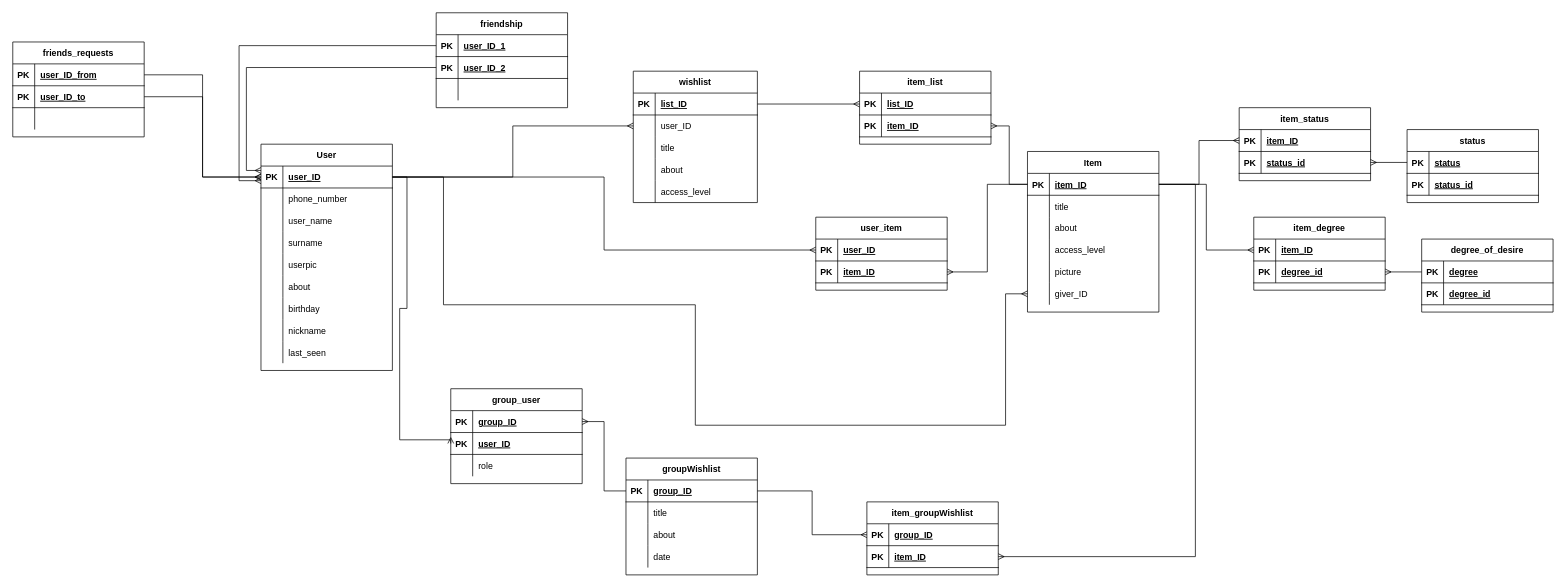
johuex/wishlist_rest keeps this draw.io diagram as ER_wishlist.drawio. Above is the earlier version. Source tidied: cells renumbered, new cells numbered last; positions are measured from the earlier drawing's top-left corner, leaving out a move shared by most shapes. Both pictures are drawn from the tidied source at 73%, with x=0, y=0 at pixel (12, 12).
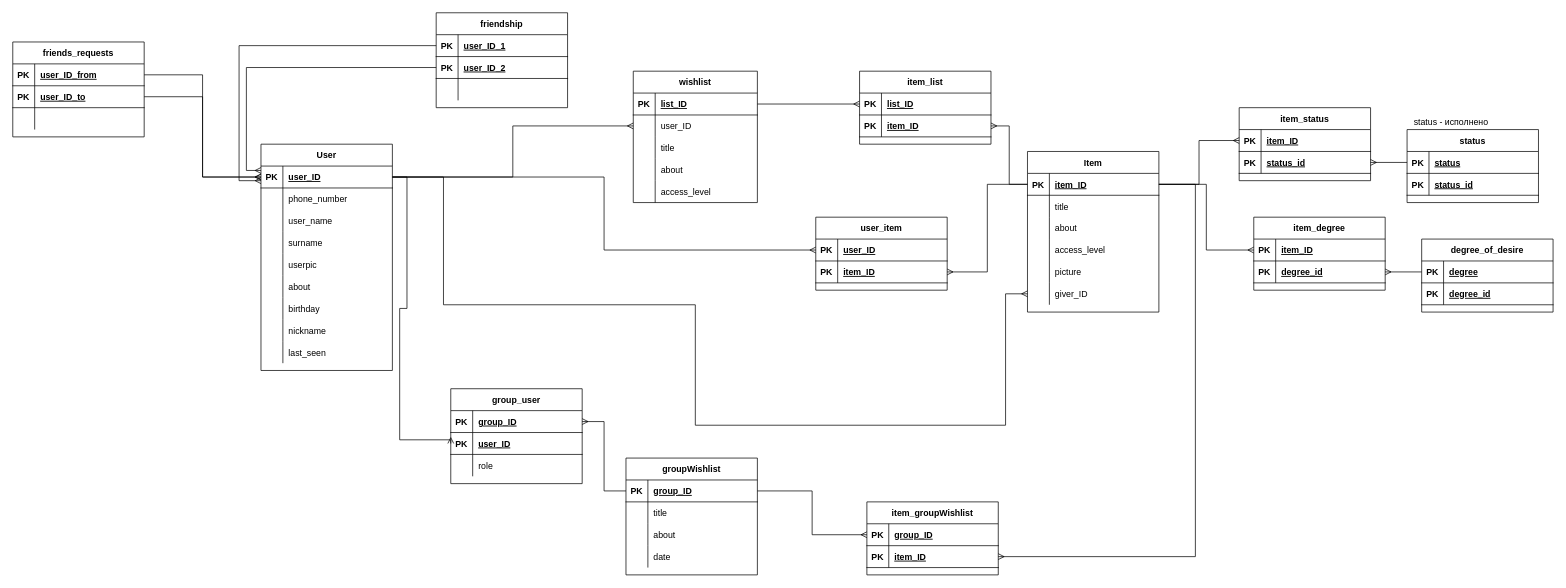
The same page after the edit.

The edit, as a diff of the source:
```diff
@@
+    <mxCell id="175" value="status - исполнено" style="text;html=1;align=center;verticalAlign=middle;" parent="1" vertex="1">
+      <mxGeometry x="1910" y="140" width="120" height="20" as="geometry" />
+    </mxCell>
```
